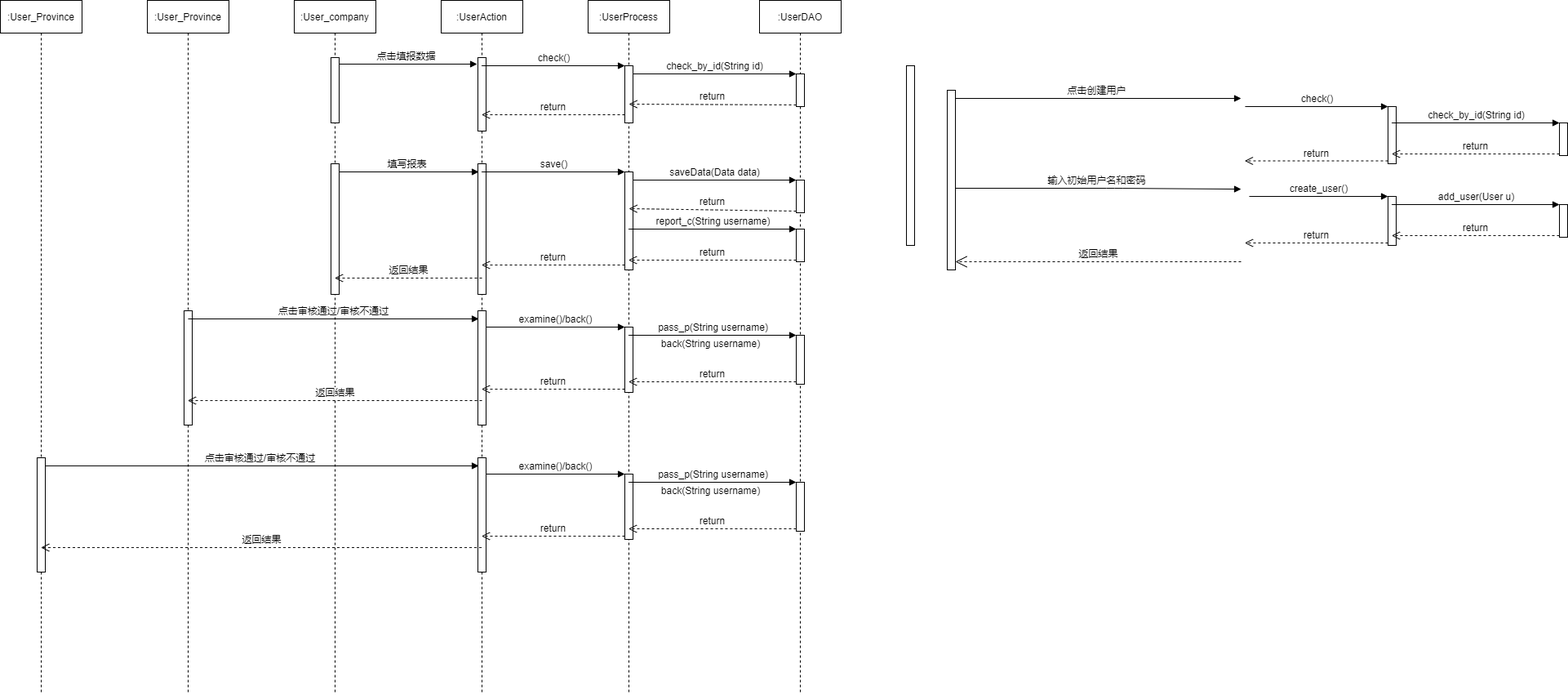
lzhenbit/Dictionary keeps this draw.io diagram as 顺序图 的副本.png. Above is the earlier version. Source tidied: cells renumbered, new cells last; positions are measured from the earlier drawing's top-left corner, leaving out a move shared by most shapes.
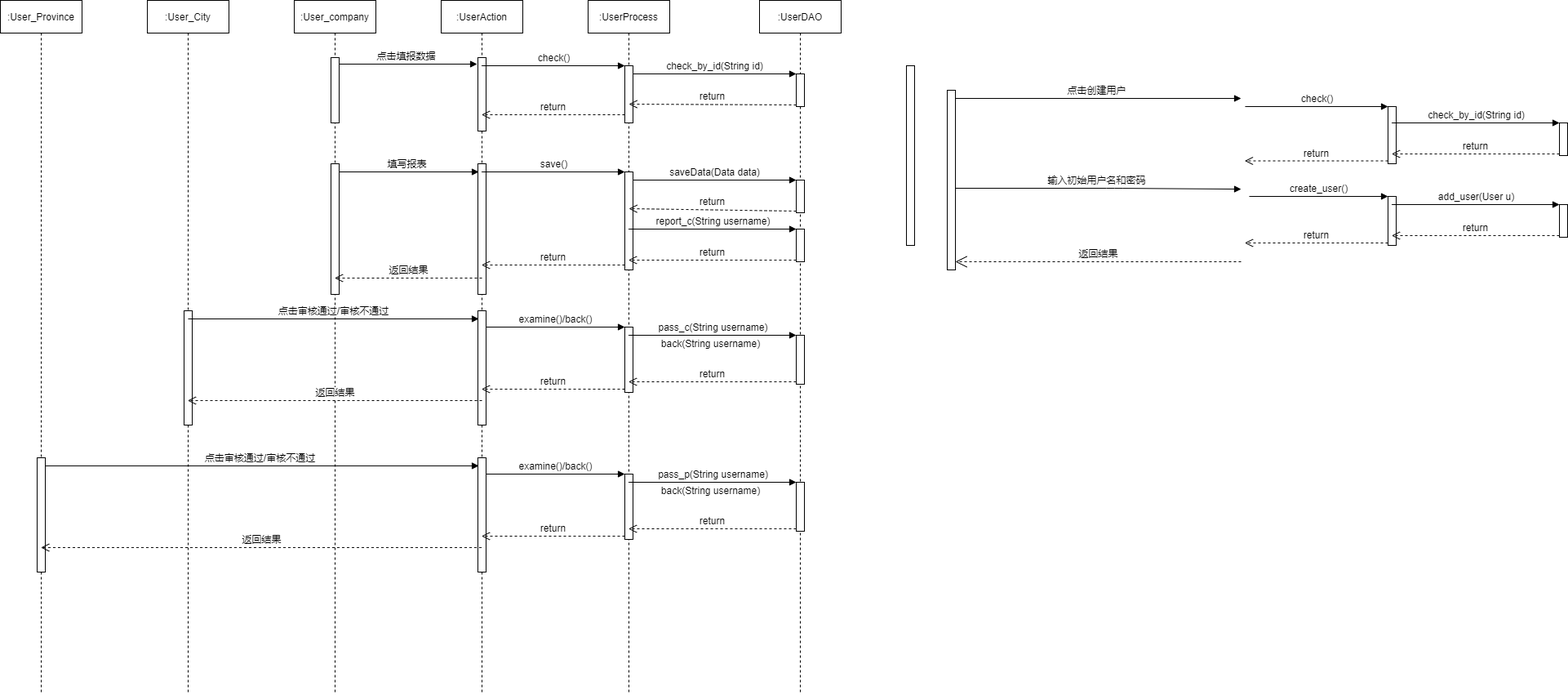
The same file after the commit.

Commit message:
更新顺序图 的副本.png

Diff of the diagram source:
```diff
@@ -22,7 +22,7 @@
         <mxPoint x="409" y="78" as="sourcePoint" />
       </mxGeometry>
     </mxCell>
-    <mxCell id="7" value=":User_Province" style="shape=umlLifeline;perimeter=lifelinePerimeter;whiteSpace=wrap;html=1;" parent="1" vertex="1">
+    <mxCell id="7" value=":User_City" style="shape=umlLifeline;perimeter=lifelinePerimeter;whiteSpace=wrap;html=1;" parent="1" vertex="1">
       <mxGeometry x="180" width="100" height="850" as="geometry" />
     </mxCell>
     <mxCell id="8" style="html=1;perimeter=orthogonalPerimeter;" parent="7" vertex="1">
@@ -65,7 +65,7 @@
         <mxPoint x="229.5" y="467" as="targetPoint" />
       </mxGeometry>
     </mxCell>
-    <mxCell id="20" value="&lt;span lang=&quot;EN-US&quot;&gt;&lt;font style=&quot;font-size: 12px&quot;&gt;pass_p(String username)&lt;/font&gt;&lt;/span&gt;" style="html=1;verticalAlign=bottom;endArrow=block;entryX=0;entryY=0;" parent="12" edge="1" target="27">
+    <mxCell id="20" value="&lt;span lang=&quot;EN-US&quot;&gt;&lt;font style=&quot;font-size: 12px&quot;&gt;pass_c(String username)&lt;/font&gt;&lt;/span&gt;" style="html=1;verticalAlign=bottom;endArrow=block;entryX=0;entryY=0;" parent="12" edge="1" target="27">
       <mxGeometry relative="1" as="geometry">
         <mxPoint x="229.5" y="410" as="sourcePoint" />
       </mxGeometry>
```
